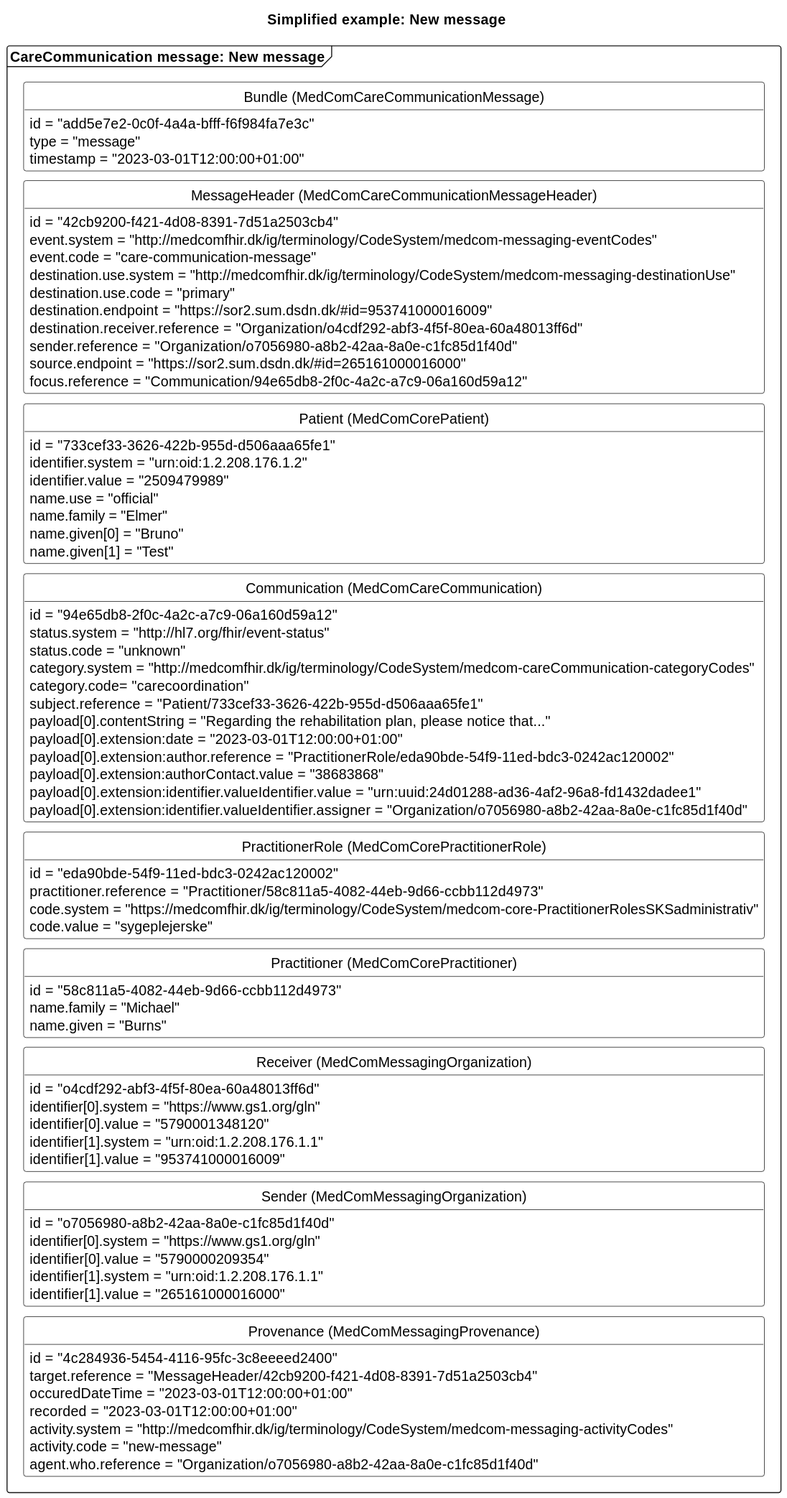
The PlantUML diagram input/images/carecommunication/CCNewMessage.svg in medcomdk/dk-medcom-carecommunication, before a commit.
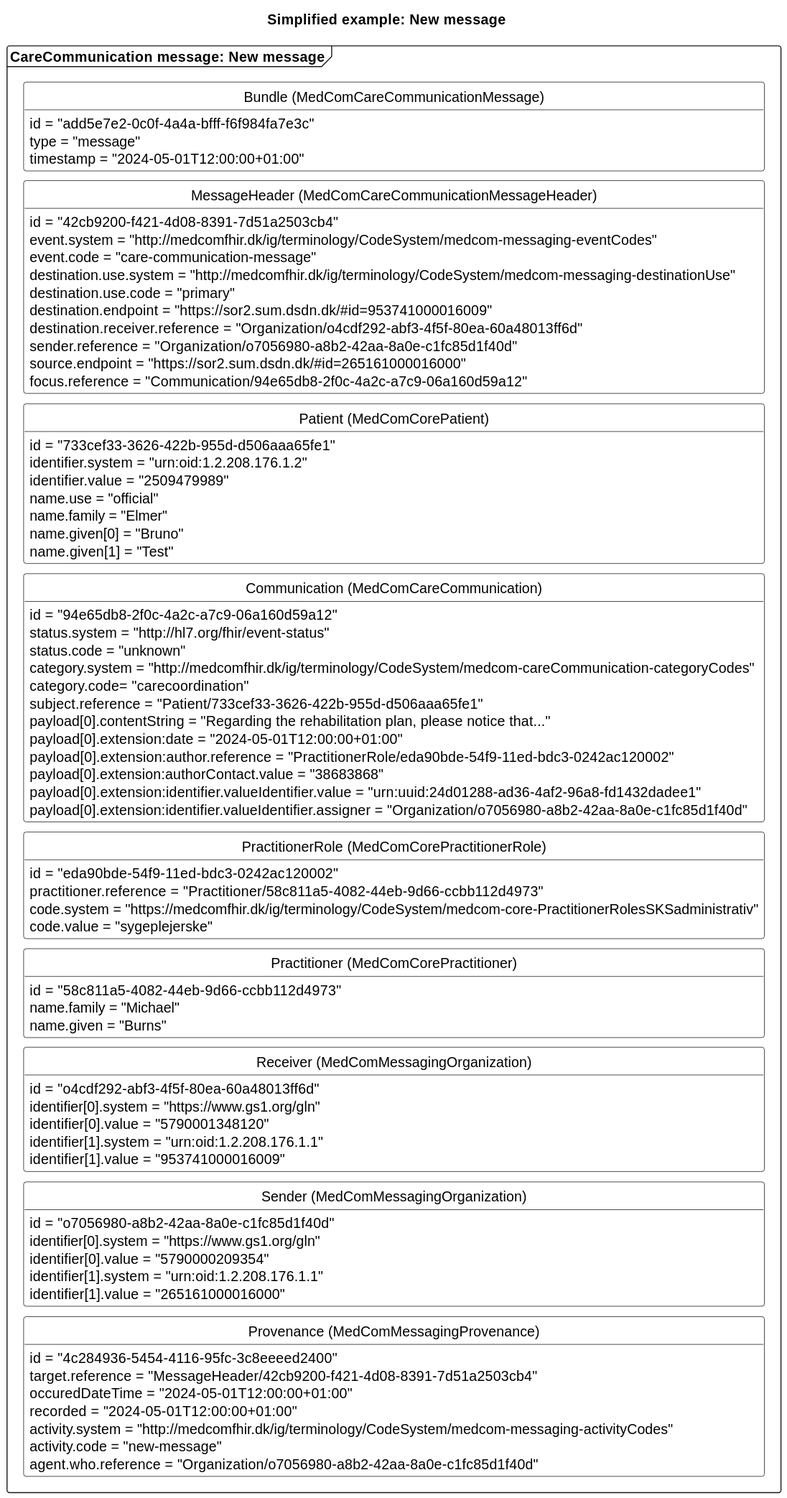
The same file after the commit.

The edit, as a diff of the source:
```diff
@@ -17,7 +17,7 @@
     class "Bundle (MedComCareCommunicationMessage)" as newB {
         id = "add5e7e2-0c0f-4a4a-bfff-f6f984fa7e3c"
         type = "message"
-        timestamp = "2023-03-01T12:00:00+01:00"
+        timestamp = "2024-05-01T12:00:00+01:00"
     }
     class "MessageHeader (MedComCareCommunicationMessageHeader)" as newMH{
         id = "42cb9200-f421-4d08-8391-7d51a2503cb4"
@@ -48,7 +48,7 @@
         category.code= "carecoordination"
         subject.reference = "Patient/733cef33-3626-422b-955d-d506aaa65fe1"
         payload[0].contentString = "Regarding the rehabilitation plan, please notice that..."
-        payload[0].extension:date = "2023-03-01T12:00:00+01:00"
+        payload[0].extension:date = "2024-05-01T12:00:00+01:00"
         payload[0].extension:author.reference = "PractitionerRole/eda90bde-54f9-11ed-bdc3-0242ac120002"
         payload[0].extension:authorContact.value = "38683868"
         payload[0].extension:identifier.valueIdentifier.value = "urn:uuid:24d01288-ad36-4af2-96a8-fd1432dadee1"
@@ -82,8 +82,8 @@
     class "Provenance (MedComMessagingProvenance)" as newPRO{
         id = "4c284936-5454-4116-95fc-3c8eeeed2400"
         target.reference = "MessageHeader/42cb9200-f421-4d08-8391-7d51a2503cb4"
-        occuredDateTime = "2023-03-01T12:00:00+01:00"
-        recorded = "2023-03-01T12:00:00+01:00"
+        occuredDateTime = "2024-05-01T12:00:00+01:00"
+        recorded = "2024-05-01T12:00:00+01:00"
         activity.system = "http://medcomfhir.dk/ig/terminology/CodeSystem/medcom-messaging-activityCodes"
         activity.code = "new-message"
         agent.who.reference = "Organization/o7056980-a8b2-42aa-8a0e-c1fc85d1f40d"
```
